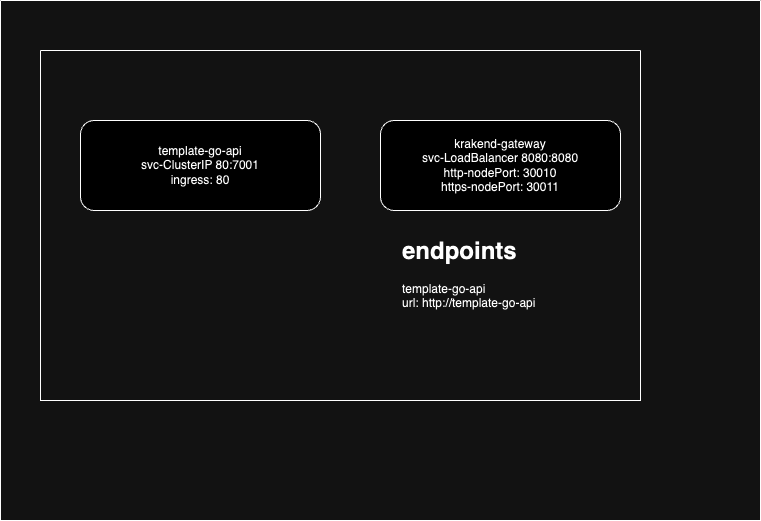
Before: etc/kubernetes-network-topology.drawio.png, a diagram exported from draw.io (gulizay91/template-go-api). Source tidied: cells renumbered, new cells last; positions are measured from the earlier drawing's top-left corner, leaving out a move shared by most shapes.
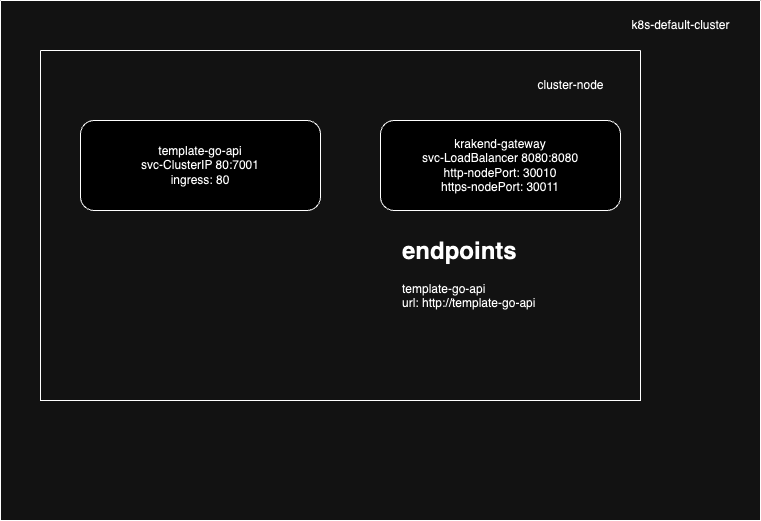
Above is the later version.

Diff of the diagram source:
```diff
@@ -17,5 +17,11 @@
     <mxCell id="6" value="&lt;h1 style=&quot;margin-top: 0px;&quot;&gt;endpoints&lt;/h1&gt;&lt;div&gt;template-go-api&lt;/div&gt;&lt;div&gt;url: http://template-go-api&lt;/div&gt;" style="text;html=1;whiteSpace=wrap;overflow=hidden;rounded=0;" parent="3" vertex="1">
       <mxGeometry x="360" y="180" width="180" height="120" as="geometry" />
     </mxCell>
+    <mxCell id="7" value="cluster-node" style="text;html=1;align=center;verticalAlign=middle;strokeColor=none;fillColor=none;" parent="3" vertex="1">
+      <mxGeometry x="485" y="20" width="90" height="30" as="geometry" />
+    </mxCell>
+    <mxCell id="8" value="k8s-default-cluster" style="text;html=1;align=center;verticalAlign=middle;strokeColor=none;fillColor=none;" parent="2" vertex="1">
+      <mxGeometry x="620" y="10" width="120" height="30" as="geometry" />
+    </mxCell>
   </root>
 </mxGraphModel>
```
